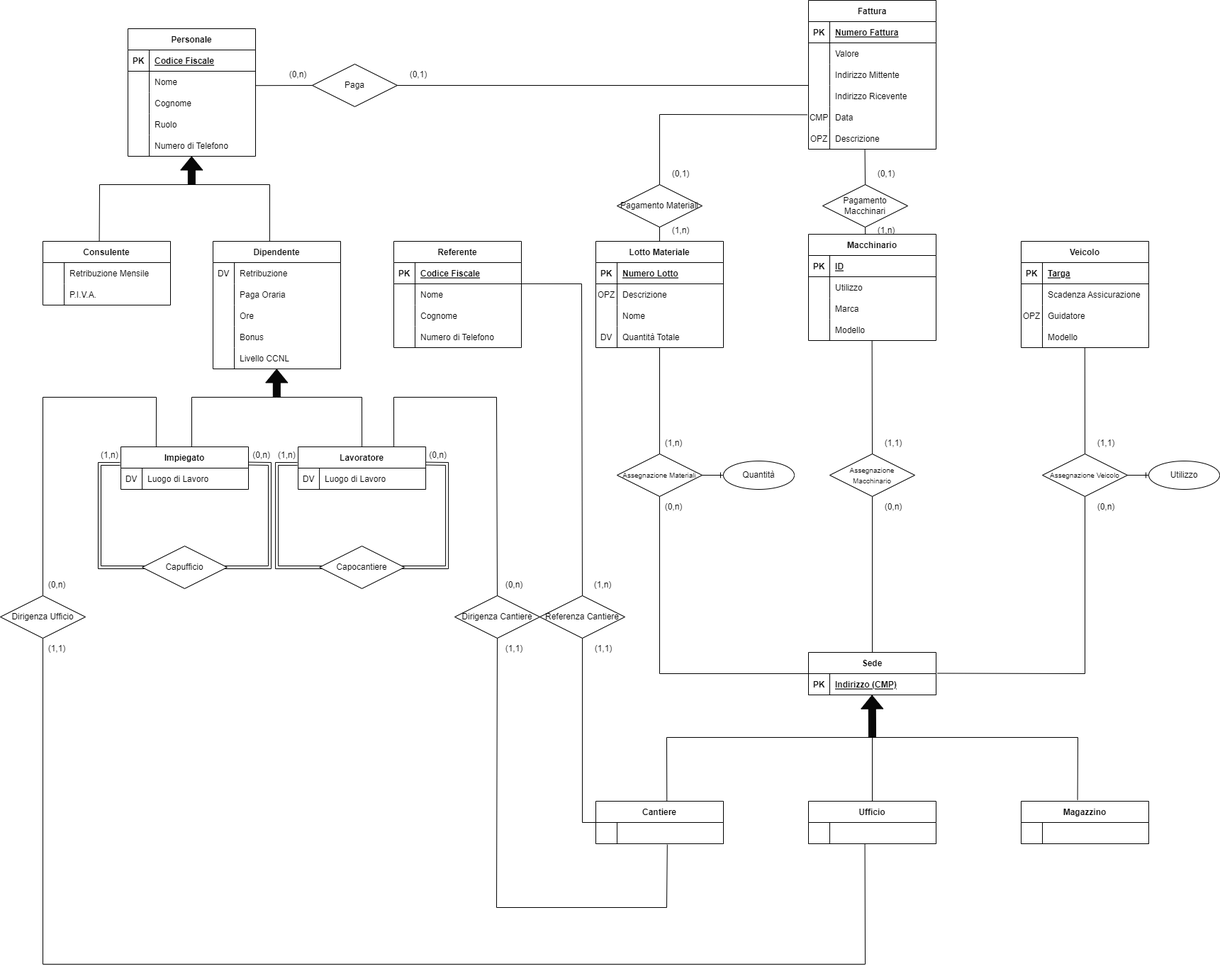
The draw.io diagram Immagine Diagramma ER.png in JacopoPassariello/BD2022, before a commit. Source tidied: cells renumbered, new cells last; positions are measured from the earlier drawing's top-left corner, leaving out a move shared by most shapes.
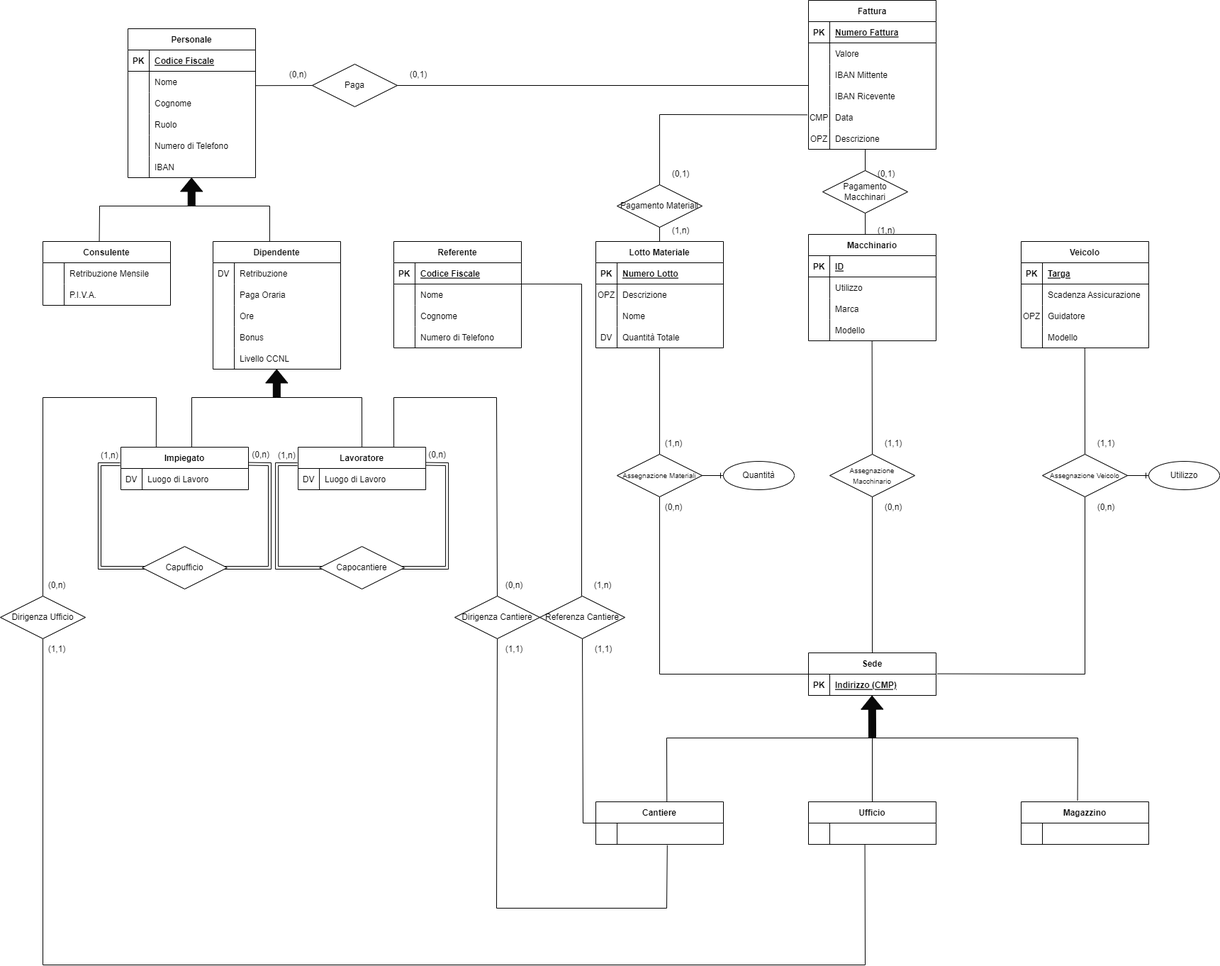
The same file after the commit.

Diff of the diagram source:
```diff
@@ -3,7 +3,7 @@
     <mxCell id="0" />
     <mxCell id="1" parent="0" />
     <mxCell id="2" value="Personale" style="shape=table;startSize=30;rowLines=0;fontStyle=1;align=center;" parent="1" vertex="1">
-      <mxGeometry x="180" y="40" width="180" height="180" as="geometry" />
+      <mxGeometry x="180" y="40" width="180" height="210" as="geometry" />
     </mxCell>
     <mxCell id="3" style="shape=tableRow;horizontal=0;startSize=0;swimlaneHead=0;swimlaneBody=0;fillColor=none;top=0;left=0;right=0;bottom=1;" parent="2" vertex="1">
       <mxGeometry y="30" width="180" height="30" as="geometry" />
@@ -50,6 +50,15 @@
     <mxCell id="17" value="Numero di Telefono" style="shape=partialRectangle;fillColor=none;top=0;left=0;bottom=0;right=0;align=left;spacingLeft=6;overflow=hidden;" parent="15" vertex="1">
       <mxGeometry x="30" width="150" height="30" as="geometry" />
     </mxCell>
+    <mxCell id="206" style="shape=tableRow;horizontal=0;startSize=0;swimlaneHead=0;swimlaneBody=0;fillColor=none;top=0;left=0;right=0;bottom=0;" parent="2" vertex="1">
+      <mxGeometry y="180" width="180" height="30" as="geometry" />
+    </mxCell>
+    <mxCell id="207" style="shape=partialRectangle;fillColor=none;top=0;left=0;bottom=0;right=0;overflow=hidden;" parent="206" vertex="1">
+      <mxGeometry width="30" height="30" as="geometry" />
+    </mxCell>
+    <mxCell id="208" value="IBAN" style="shape=partialRectangle;fillColor=none;top=0;left=0;bottom=0;right=0;align=left;spacingLeft=6;overflow=hidden;" parent="206" vertex="1">
+      <mxGeometry x="30" width="150" height="30" as="geometry" />
+    </mxCell>
     <mxCell id="18" value="Consulente" style="shape=table;startSize=30;rowLines=0;fontStyle=1;align=center;" parent="1" vertex="1">
       <mxGeometry x="60" y="340" width="180" height="90" as="geometry" />
     </mxCell>
@@ -121,27 +130,30 @@
     </mxCell>
     <mxCell id="41" style="shape=flexArrow;endArrow=classic;html=1;rounded=0;fillColor=#080808;" parent="1" edge="1">
       <mxGeometry x="-0.14" y="10" relative="1" as="geometry">
-        <mxPoint x="269.8" y="260" as="sourcePoint" />
-        <mxPoint x="269.8" y="220" as="targetPoint" />
+        <mxPoint x="269.7" y="290" as="sourcePoint" />
+        <mxPoint x="269.7" y="250" as="targetPoint" />
         <Array as="points">
-          <mxPoint x="269.8" y="220" />
+          <mxPoint x="269.7" y="250" />
         </Array>
       </mxGeometry>
     </mxCell>
     <mxCell id="42" style="endArrow=none;html=1;rounded=0;fillColor=#080808;" parent="1" edge="1">
       <mxGeometry relative="1" as="geometry">
-        <mxPoint x="140" y="260" as="sourcePoint" />
-        <mxPoint x="380" y="260" as="targetPoint" />
+        <mxPoint x="140" y="290" as="sourcePoint" />
+        <mxPoint x="380" y="290" as="targetPoint" />
+        <Array as="points">
+          <mxPoint x="270" y="290" />
+        </Array>
       </mxGeometry>
     </mxCell>
     <mxCell id="43" style="endArrow=none;html=1;rounded=0;fillColor=#080808;exitX=0.444;exitY=0;exitDx=0;exitDy=0;exitPerimeter=0;" parent="1" edge="1" source="25">
       <mxGeometry relative="1" as="geometry">
-        <mxPoint x="380" y="260" as="targetPoint" />
+        <mxPoint x="380" y="290" as="targetPoint" />
       </mxGeometry>
     </mxCell>
     <mxCell id="44" style="endArrow=none;html=1;rounded=0;fillColor=#080808;exitX=0.442;exitY=0.004;exitDx=0;exitDy=0;exitPerimeter=0;" parent="1" edge="1" source="18">
       <mxGeometry relative="1" as="geometry">
-        <mxPoint x="140" y="260" as="targetPoint" />
+        <mxPoint x="140" y="290" as="targetPoint" />
       </mxGeometry>
     </mxCell>
     <mxCell id="45" style="shape=flexArrow;endArrow=classic;html=1;rounded=0;fillColor=#080808;" parent="1" edge="1">
@@ -566,7 +578,7 @@
     <mxCell id="158" style="shape=partialRectangle;fillColor=none;top=0;left=0;bottom=0;right=0;overflow=hidden;" parent="157" vertex="1">
       <mxGeometry width="30" height="30" as="geometry" />
     </mxCell>
-    <mxCell id="159" value="Indirizzo Mittente" style="shape=partialRectangle;fillColor=none;top=0;left=0;bottom=0;right=0;align=left;spacingLeft=6;overflow=hidden;" parent="157" vertex="1">
+    <mxCell id="159" value="IBAN Mittente" style="shape=partialRectangle;fillColor=none;top=0;left=0;bottom=0;right=0;align=left;spacingLeft=6;overflow=hidden;" parent="157" vertex="1">
       <mxGeometry x="30" width="150" height="30" as="geometry" />
     </mxCell>
     <mxCell id="160" style="shape=tableRow;horizontal=0;startSize=0;swimlaneHead=0;swimlaneBody=0;fillColor=none;top=0;left=0;right=0;bottom=0;" parent="150" vertex="1">
@@ -575,7 +587,7 @@
     <mxCell id="161" style="shape=partialRectangle;fillColor=none;top=0;left=0;bottom=0;right=0;overflow=hidden;" parent="160" vertex="1">
       <mxGeometry width="30" height="30" as="geometry" />
     </mxCell>
-    <mxCell id="162" value="Indirizzo Ricevente" style="shape=partialRectangle;fillColor=none;top=0;left=0;bottom=0;right=0;align=left;spacingLeft=6;overflow=hidden;" parent="160" vertex="1">
+    <mxCell id="162" value="IBAN Ricevente" style="shape=partialRectangle;fillColor=none;top=0;left=0;bottom=0;right=0;align=left;spacingLeft=6;overflow=hidden;" parent="160" vertex="1">
       <mxGeometry x="30" width="150" height="30" as="geometry" />
     </mxCell>
     <mxCell id="163" style="shape=tableRow;horizontal=0;startSize=0;swimlaneHead=0;swimlaneBody=0;fillColor=none;points=[[0,0.5],[1,0.5]];portConstraint=eastwest;top=0;left=0;right=0;bottom=0;" parent="150" vertex="1">
@@ -600,7 +612,7 @@
       <mxGeometry x="440" y="90" width="120" height="60" as="geometry" />
     </mxCell>
     <mxCell id="170" value="Pagamento Macchinari" style="shape=rhombus;perimeter=rhombusPerimeter;whiteSpace=wrap;html=1;align=center;" parent="1" vertex="1">
-      <mxGeometry x="1160" y="260" width="120" height="60" as="geometry" />
+      <mxGeometry x="1160" y="240" width="120" height="60" as="geometry" />
     </mxCell>
     <mxCell id="171" value="Pagamento Materiali" style="shape=rhombus;perimeter=rhombusPerimeter;whiteSpace=wrap;html=1;align=center;" parent="1" vertex="1">
       <mxGeometry x="870" y="260" width="120" height="60" as="geometry" />
@@ -619,8 +631,10 @@
     <mxCell id="175" value="(0,1)" style="text;html=1;strokeColor=none;fillColor=none;align=center;verticalAlign=middle;whiteSpace=wrap;rounded=0;" parent="1" vertex="1">
       <mxGeometry x="560" y="90" width="60" height="30" as="geometry" />
     </mxCell>
-    <mxCell id="176" style="endArrow=none;html=1;rounded=0;fillColor=#080808;entryX=0.442;entryY=0.995;entryDx=0;entryDy=0;entryPerimeter=0;exitX=0.5;exitY=0;exitDx=0;exitDy=0;" parent="1" edge="1" source="170" target="166">
-      <mxGeometry relative="1" as="geometry" />
+    <mxCell id="176" style="endArrow=none;html=1;rounded=0;fillColor=#080808;exitX=0.5;exitY=0;exitDx=0;exitDy=0;" parent="1" edge="1" source="170">
+      <mxGeometry relative="1" as="geometry">
+        <mxPoint x="1220" y="210" as="targetPoint" />
+      </mxGeometry>
     </mxCell>
     <mxCell id="177" style="endArrow=none;html=1;rounded=0;fillColor=#080808;exitX=-0.011;exitY=0.38;exitDx=0;exitDy=0;exitPerimeter=0;entryX=0.5;entryY=0;entryDx=0;entryDy=0;" parent="1" edge="1" source="163" target="171">
       <mxGeometry relative="1" as="geometry">
@@ -696,11 +710,11 @@
     <mxCell id="198" style="endArrow=none;html=1;rounded=0;fillColor=#080808;exitX=0;exitY=0.5;exitDx=0;exitDy=0;entryX=0.5;entryY=1;entryDx=0;entryDy=0;" parent="1" edge="1" source="123" target="197">
       <mxGeometry relative="1" as="geometry">
         <Array as="points">
-          <mxPoint x="821" y="1160" />
+          <mxPoint x="822" y="1160" />
         </Array>
       </mxGeometry>
     </mxCell>
-    <mxCell id="199" style="endArrow=none;html=1;rounded=0;fillColor=#080808;exitX=0.5;exitY=0;exitDx=0;exitDy=0;entryX=1.001;entryY=0.997;entryDx=0;entryDy=0;entryPerimeter=0;" parent="1" edge="1" source="197" target="185">
+    <mxCell id="199" style="endArrow=none;html=1;rounded=0;fillColor=#080808;entryX=1.001;entryY=0.997;entryDx=0;entryDy=0;entryPerimeter=0;exitX=0;exitY=1;exitDx=0;exitDy=0;" parent="1" edge="1" source="201" target="185">
       <mxGeometry relative="1" as="geometry">
         <Array as="points">
           <mxPoint x="820" y="400" />
```
